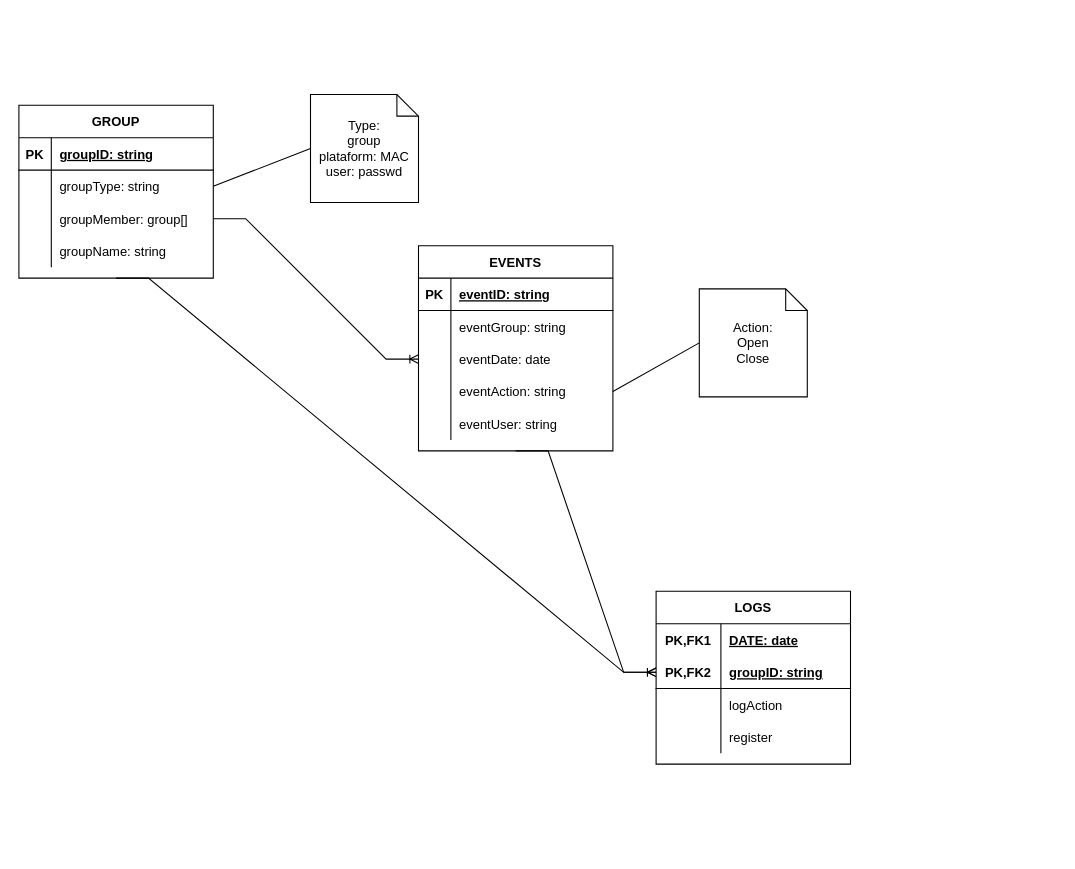
Above: page "Data" (2 of 6) of drawings/esquemasBasicos.drawio in rjnogales/crm.mio (draw.io), before the change. Source tidied: cells renumbered, new cells numbered last; positions are measured from the earlier drawing's top-left corner, leaving out a move shared by most shapes. Both pictures are drawn from the tidied source at 108%, with x=0, y=0 at pixel (18, 94).
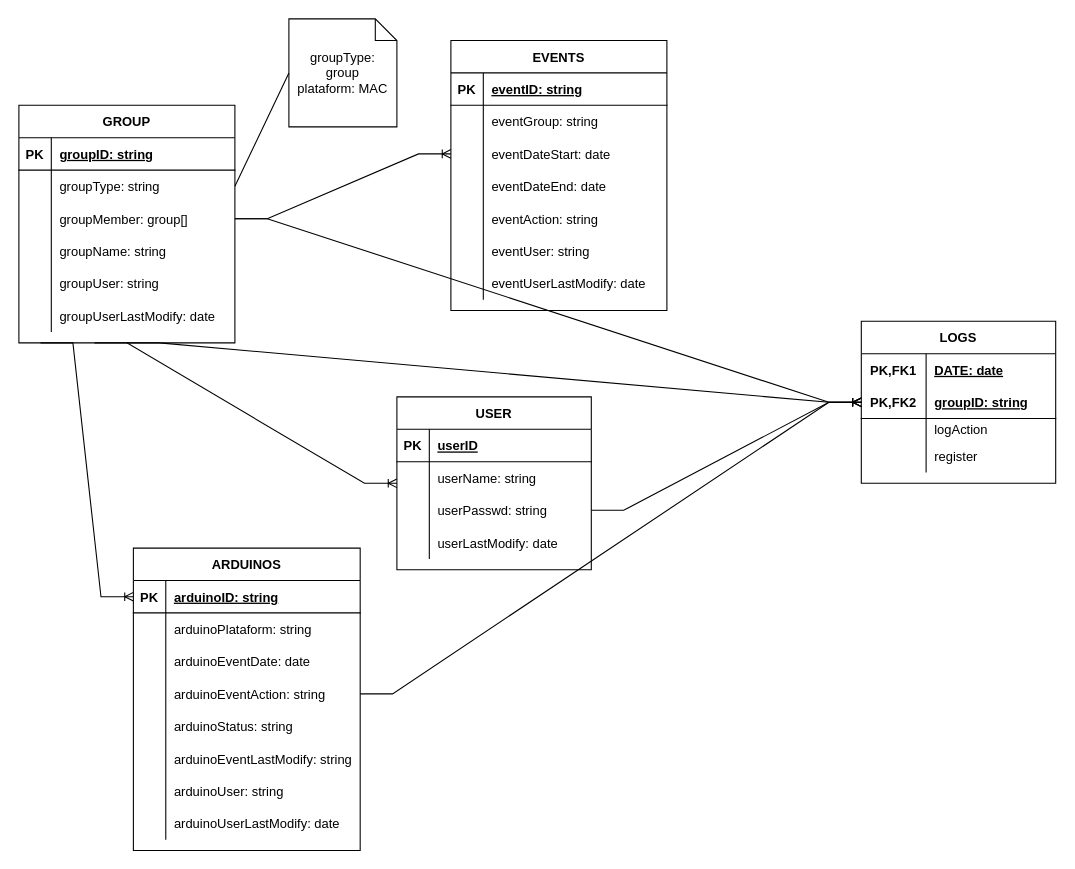
Above is the later version.

The change refers to these unchanged cells:
```xml
<mxCell id="40" style="shape=partialRectangle;fillColor=none;top=0;left=0;bottom=1;right=0;points=[[0,0.5],[1,0.5]];portConstraint=eastwest;" parent="36" vertex="1">
  <mxGeometry y="60" width="180" height="30" as="geometry" />
</mxCell>
```

What changed in the source:
```diff
@@
     <mxCell id="2" value="GROUP" style="shape=table;startSize=30;childLayout=tableLayout;rowLines=0;fontStyle=1;align=center;" parent="1" vertex="1">
-      <mxGeometry y="10" width="180" height="160" as="geometry" />
+      <mxGeometry y="10" width="200" height="220" as="geometry" />
     </mxCell>
     <mxCell id="3" style="shape=partialRectangle;fillColor=none;top=0;left=0;bottom=1;right=0;" parent="2" vertex="1">
-      <mxGeometry y="30" width="180" height="30" as="geometry" />
+      <mxGeometry y="30" width="200" height="30" as="geometry" />
     </mxCell>
@@
     <mxCell id="5" value="groupID: string" style="shape=partialRectangle;fillColor=none;top=0;left=0;bottom=0;right=0;align=left;spacingLeft=6;fontStyle=5;overflow=hidden;" parent="3" vertex="1">
-      <mxGeometry x="30" width="150" height="30" as="geometry" />
+      <mxGeometry x="30" width="170" height="30" as="geometry" />
     </mxCell>
     <mxCell id="6" style="shape=partialRectangle;fillColor=none;top=0;left=0;bottom=0;right=0;points=[[0,0.5],[1,0.5]];portConstraint=eastwest;" parent="2" vertex="1">
-      <mxGeometry y="60" width="180" height="30" as="geometry" />
+      <mxGeometry y="60" width="200" height="30" as="geometry" />
     </mxCell>
@@
     <mxCell id="8" value="groupType: string" style="shape=partialRectangle;fillColor=none;top=0;left=0;bottom=0;right=0;align=left;spacingLeft=6;overflow=hidden;" parent="6" vertex="1">
-      <mxGeometry x="30" width="150" height="30" as="geometry" />
+      <mxGeometry x="30" width="170" height="30" as="geometry" />
     </mxCell>
     <mxCell id="9" style="shape=partialRectangle;fillColor=none;top=0;left=0;bottom=0;right=0;points=[[0,0.5],[1,0.5]];portConstraint=eastwest;" parent="2" vertex="1">
-      <mxGeometry y="90" width="180" height="30" as="geometry" />
+      <mxGeometry y="90" width="200" height="30" as="geometry" />
     </mxCell>
@@
     <mxCell id="11" value="groupMember: group[]" style="shape=partialRectangle;fillColor=none;top=0;left=0;bottom=0;right=0;align=left;spacingLeft=6;overflow=hidden;" parent="9" vertex="1">
-      <mxGeometry x="30" width="150" height="30" as="geometry" />
+      <mxGeometry x="30" width="170" height="30" as="geometry" />
     </mxCell>
     <mxCell id="12" style="shape=partialRectangle;fillColor=none;top=0;left=0;bottom=0;right=0;" parent="2" vertex="1">
-      <mxGeometry y="120" width="180" height="30" as="geometry" />
+      <mxGeometry y="120" width="200" height="30" as="geometry" />
     </mxCell>
@@
     <mxCell id="14" value="groupName: string" style="shape=partialRectangle;fillColor=none;top=0;left=0;bottom=0;right=0;align=left;spacingLeft=6;overflow=hidden;" parent="12" vertex="1">
-      <mxGeometry x="30" width="150" height="30" as="geometry" />
+      <mxGeometry x="30" width="170" height="30" as="geometry" />
     </mxCell>
+    <mxCell id="51" style="shape=partialRectangle;fillColor=none;top=0;left=0;bottom=0;right=0;" parent="2" vertex="1">
+      <mxGeometry y="150" width="200" height="30" as="geometry" />
+    </mxCell>
+    <mxCell id="52" style="shape=partialRectangle;fillColor=none;top=0;left=0;bottom=0;right=0;overflow=hidden;" parent="51" vertex="1">
+      <mxGeometry width="30" height="30" as="geometry" />
+    </mxCell>
+    <mxCell id="53" value="groupUser: string" style="shape=partialRectangle;fillColor=none;top=0;left=0;bottom=0;right=0;align=left;spacingLeft=6;overflow=hidden;" parent="51" vertex="1">
+      <mxGeometry x="30" width="170" height="30" as="geometry" />
+    </mxCell>
+    <mxCell id="54" style="shape=partialRectangle;fillColor=none;top=0;left=0;bottom=0;right=0;" parent="2" vertex="1">
+      <mxGeometry y="180" width="200" height="30" as="geometry" />
+    </mxCell>
+    <mxCell id="55" style="shape=partialRectangle;fillColor=none;top=0;left=0;bottom=0;right=0;overflow=hidden;" parent="54" vertex="1">
+      <mxGeometry width="30" height="30" as="geometry" />
+    </mxCell>
+    <mxCell id="56" value="groupUserLastModify: date" style="shape=partialRectangle;fillColor=none;top=0;left=0;bottom=0;right=0;align=left;spacingLeft=6;overflow=hidden;" parent="54" vertex="1">
+      <mxGeometry x="30" width="170" height="30" as="geometry" />
+    </mxCell>
-    <mxCell id="15" value="Type:&lt;br&gt;group&lt;br&gt;plataform: MAC&lt;br&gt;user: passwd" style="shape=note;size=20;whiteSpace=wrap;html=1;" parent="1" vertex="1">
-      <mxGeometry x="270" width="100" height="100" as="geometry" />
+    <mxCell id="15" value="groupType:&lt;br&gt;group&lt;br&gt;plataform: MAC" style="shape=note;size=20;whiteSpace=wrap;html=1;" parent="1" vertex="1">
+      <mxGeometry x="250" y="-70" width="100" height="100" as="geometry" />
     </mxCell>
@@
     <mxCell id="17" value="EVENTS" style="shape=table;startSize=30;childLayout=tableLayout;rowLines=0;fontStyle=1;align=center;" parent="1" vertex="1">
-      <mxGeometry x="370" y="140" width="180" height="190" as="geometry" />
+      <mxGeometry x="400" y="-50" width="200" height="250" as="geometry" />
     </mxCell>
     <mxCell id="18" style="shape=partialRectangle;fillColor=none;top=0;left=0;bottom=1;right=0;" parent="17" vertex="1">
-      <mxGeometry y="30" width="180" height="30" as="geometry" />
+      <mxGeometry y="30" width="200" height="30" as="geometry" />
     </mxCell>
@@
     <mxCell id="20" value="eventID: string" style="shape=partialRectangle;fillColor=none;top=0;left=0;bottom=0;right=0;align=left;spacingLeft=6;fontStyle=5;overflow=hidden;" parent="18" vertex="1">
-      <mxGeometry x="30" width="150" height="30" as="geometry" />
+      <mxGeometry x="30" width="170" height="30" as="geometry" />
     </mxCell>
     <mxCell id="21" style="shape=partialRectangle;fillColor=none;top=0;left=0;bottom=0;right=0;" parent="17" vertex="1">
-      <mxGeometry y="60" width="180" height="30" as="geometry" />
+      <mxGeometry y="60" width="200" height="30" as="geometry" />
     </mxCell>
@@
     <mxCell id="23" value="eventGroup: string" style="shape=partialRectangle;fillColor=none;top=0;left=0;bottom=0;right=0;align=left;spacingLeft=6;overflow=hidden;" parent="21" vertex="1">
-      <mxGeometry x="30" width="150" height="30" as="geometry" />
+      <mxGeometry x="30" width="170" height="30" as="geometry" />
     </mxCell>
     <mxCell id="24" style="shape=partialRectangle;fillColor=none;top=0;left=0;bottom=0;right=0;points=[[0,0.5],[1,0.5]];portConstraint=eastwest;" parent="17" vertex="1">
-      <mxGeometry y="90" width="180" height="30" as="geometry" />
+      <mxGeometry y="90" width="200" height="30" as="geometry" />
     </mxCell>
@@
-    <mxCell id="26" value="eventDate: date" style="shape=partialRectangle;fillColor=none;top=0;left=0;bottom=0;right=0;align=left;spacingLeft=6;overflow=hidden;" parent="24" vertex="1">
-      <mxGeometry x="30" width="150" height="30" as="geometry" />
+    <mxCell id="26" value="eventDateStart: date" style="shape=partialRectangle;fillColor=none;top=0;left=0;bottom=0;right=0;align=left;spacingLeft=6;overflow=hidden;" parent="24" vertex="1">
+      <mxGeometry x="30" width="170" height="30" as="geometry" />
     </mxCell>
+    <mxCell id="57" style="shape=partialRectangle;fillColor=none;top=0;left=0;bottom=0;right=0;" parent="17" vertex="1">
+      <mxGeometry y="120" width="200" height="30" as="geometry" />
+    </mxCell>
+    <mxCell id="58" style="shape=partialRectangle;fillColor=none;top=0;left=0;bottom=0;right=0;overflow=hidden;" parent="57" vertex="1">
+      <mxGeometry width="30" height="30" as="geometry" />
+    </mxCell>
+    <mxCell id="59" value="eventDateEnd: date" style="shape=partialRectangle;fillColor=none;top=0;left=0;bottom=0;right=0;align=left;spacingLeft=6;overflow=hidden;" parent="57" vertex="1">
+      <mxGeometry x="30" width="170" height="30" as="geometry" />
+    </mxCell>
     <mxCell id="27" style="shape=partialRectangle;fillColor=none;top=0;left=0;bottom=0;right=0;points=[[0,0.5],[1,0.5]];portConstraint=eastwest;" parent="17" vertex="1">
-      <mxGeometry y="120" width="180" height="30" as="geometry" />
+      <mxGeometry y="150" width="200" height="30" as="geometry" />
     </mxCell>
@@
     <mxCell id="29" value="eventAction: string" style="shape=partialRectangle;fillColor=none;top=0;left=0;bottom=0;right=0;align=left;spacingLeft=6;overflow=hidden;" parent="27" vertex="1">
-      <mxGeometry x="30" width="150" height="30" as="geometry" />
+      <mxGeometry x="30" width="170" height="30" as="geometry" />
     </mxCell>
     <mxCell id="30" style="shape=partialRectangle;fillColor=none;top=0;left=0;bottom=0;right=0;" parent="17" vertex="1">
-      <mxGeometry y="150" width="180" height="30" as="geometry" />
+      <mxGeometry y="180" width="200" height="30" as="geometry" />
     </mxCell>
@@
     <mxCell id="32" value="eventUser: string" style="shape=partialRectangle;fillColor=none;top=0;left=0;bottom=0;right=0;align=left;spacingLeft=6;overflow=hidden;" parent="30" vertex="1">
-      <mxGeometry x="30" width="150" height="30" as="geometry" />
+      <mxGeometry x="30" width="170" height="30" as="geometry" />
     </mxCell>
-    <mxCell id="33" value="Action:&lt;br&gt;Open&lt;br&gt;Close" style="shape=note;size=20;whiteSpace=wrap;html=1;" parent="1" vertex="1">
-      <mxGeometry x="630" y="180" width="100" height="100" as="geometry" />
-    </mxCell>
-    <mxCell id="34" style="endArrow=none;html=1;rounded=0;exitX=1;exitY=0.5;exitDx=0;exitDy=0;entryX=0;entryY=0.5;entryDx=0;entryDy=0;entryPerimeter=0;" parent="1" edge="1" source="27" target="33">
-      <mxGeometry relative="1" as="geometry" />
-    </mxCell>
+    <mxCell id="60" style="shape=partialRectangle;fillColor=none;top=0;left=0;bottom=0;right=0;" parent="17" vertex="1">
+      <mxGeometry y="210" width="200" height="30" as="geometry" />
+    </mxCell>
+    <mxCell id="61" style="shape=partialRectangle;fillColor=none;top=0;left=0;bottom=0;right=0;overflow=hidden;" parent="60" vertex="1">
+      <mxGeometry width="30" height="30" as="geometry" />
+    </mxCell>
+    <mxCell id="62" value="eventUserLastModify: date" style="shape=partialRectangle;fillColor=none;top=0;left=0;bottom=0;right=0;align=left;spacingLeft=6;overflow=hidden;" parent="60" vertex="1">
+      <mxGeometry x="30" width="170" height="30" as="geometry" />
+    </mxCell>
@@
     <mxCell id="36" value="LOGS" style="shape=table;startSize=30;childLayout=tableLayout;rowLines=0;fontStyle=1;align=center;" parent="1" vertex="1">
-      <mxGeometry x="590" y="460" width="180" height="160" as="geometry" />
+      <mxGeometry x="780" y="210" width="180" height="150" as="geometry" />
     </mxCell>
@@
     <mxCell id="43" style="shape=partialRectangle;fillColor=none;top=0;left=0;bottom=0;right=0;" parent="36" vertex="1">
-      <mxGeometry y="90" width="180" height="30" as="geometry" />
+      <mxGeometry y="90" width="180" height="20" as="geometry" />
     </mxCell>
     <mxCell id="44" style="shape=partialRectangle;fillColor=none;top=0;left=0;bottom=0;right=0;overflow=hidden;" parent="43" vertex="1">
-      <mxGeometry width="60" height="30" as="geometry" />
+      <mxGeometry width="60" height="20" as="geometry" />
     </mxCell>
     <mxCell id="45" value="logAction" style="shape=partialRectangle;fillColor=none;top=0;left=0;bottom=0;right=0;align=left;spacingLeft=6;overflow=hidden;" parent="43" vertex="1">
-      <mxGeometry x="60" width="120" height="30" as="geometry" />
+      <mxGeometry x="60" width="120" height="20" as="geometry" />
     </mxCell>
     <mxCell id="46" style="shape=partialRectangle;fillColor=none;top=0;left=0;bottom=0;right=0;" parent="36" vertex="1">
-      <mxGeometry y="120" width="180" height="30" as="geometry" />
+      <mxGeometry y="110" width="180" height="30" as="geometry" />
     </mxCell>
@@
-    <mxCell id="50" style="edgeStyle=entityRelationEdgeStyle;fontSize=12;html=1;endArrow=ERoneToMany;rounded=0;exitX=0.5;exitY=1;exitDx=0;exitDy=0;entryX=0;entryY=0.5;entryDx=0;entryDy=0;" parent="1" edge="1" source="17" target="40">
-      <mxGeometry relative="1" as="geometry" />
-    </mxCell>
+    <mxCell id="63" value="ARDUINOS" style="shape=table;startSize=30;childLayout=tableLayout;rowLines=0;fontStyle=1;align=center;" parent="1" vertex="1">
+      <mxGeometry x="106" y="420" width="210" height="280" as="geometry" />
+    </mxCell>
+    <mxCell id="64" style="shape=tableRow;horizontal=0;startSize=0;swimlaneHead=0;swimlaneBody=0;fillColor=none;points=[[0,0.5],[1,0.5]];portConstraint=eastwest;top=0;left=0;right=0;bottom=1;" parent="63" vertex="1">
+      <mxGeometry y="30" width="210" height="30" as="geometry" />
+    </mxCell>
+    <mxCell id="65" value="PK" style="shape=partialRectangle;fillColor=none;top=0;left=0;bottom=0;right=0;fontStyle=1;overflow=hidden;" parent="64" vertex="1">
+      <mxGeometry width="30" height="30" as="geometry" />
+    </mxCell>
+    <mxCell id="66" value="arduinoID: string" style="shape=partialRectangle;fillColor=none;top=0;left=0;bottom=0;right=0;align=left;spacingLeft=6;fontStyle=5;overflow=hidden;" parent="64" vertex="1">
+      <mxGeometry x="30" width="180" height="30" as="geometry" />
+    </mxCell>
+    <mxCell id="67" style="shape=tableRow;horizontal=0;startSize=0;swimlaneHead=0;swimlaneBody=0;fillColor=none;top=0;left=0;right=0;bottom=0;" parent="63" vertex="1">
+      <mxGeometry y="60" width="210" height="30" as="geometry" />
+    </mxCell>
+    <mxCell id="68" style="shape=partialRectangle;fillColor=none;top=0;left=0;bottom=0;right=0;overflow=hidden;" parent="67" vertex="1">
+      <mxGeometry width="30" height="30" as="geometry" />
+    </mxCell>
+    <mxCell id="69" value="arduinoPlataform: string" style="shape=partialRectangle;fillColor=none;top=0;left=0;bottom=0;right=0;align=left;spacingLeft=6;overflow=hidden;" parent="67" vertex="1">
+      <mxGeometry x="30" width="180" height="30" as="geometry" />
+    </mxCell>
+    <mxCell id="70" style="shape=tableRow;horizontal=0;startSize=0;swimlaneHead=0;swimlaneBody=0;fillColor=none;top=0;left=0;right=0;bottom=0;" parent="63" vertex="1">
+      <mxGeometry y="90" width="210" height="30" as="geometry" />
+    </mxCell>
+    <mxCell id="71" style="shape=partialRectangle;fillColor=none;top=0;left=0;bottom=0;right=0;overflow=hidden;" parent="70" vertex="1">
+      <mxGeometry width="30" height="30" as="geometry" />
+    </mxCell>
+    <mxCell id="72" value="arduinoEventDate: date" style="shape=partialRectangle;fillColor=none;top=0;left=0;bottom=0;right=0;align=left;spacingLeft=6;overflow=hidden;" parent="70" vertex="1">
+      <mxGeometry x="30" width="180" height="30" as="geometry" />
+    </mxCell>
+    <mxCell id="73" style="shape=tableRow;horizontal=0;startSize=0;swimlaneHead=0;swimlaneBody=0;fillColor=none;points=[[0,0.5],[1,0.5]];portConstraint=eastwest;top=0;left=0;right=0;bottom=0;" parent="63" vertex="1">
+      <mxGeometry y="120" width="210" height="30" as="geometry" />
+    </mxCell>
+    <mxCell id="74" style="shape=partialRectangle;fillColor=none;top=0;left=0;bottom=0;right=0;overflow=hidden;" parent="73" vertex="1">
+      <mxGeometry width="30" height="30" as="geometry" />
+    </mxCell>
+    <mxCell id="75" value="arduinoEventAction: string" style="shape=partialRectangle;fillColor=none;top=0;left=0;bottom=0;right=0;align=left;spacingLeft=6;overflow=hidden;" parent="73" vertex="1">
+      <mxGeometry x="30" width="180" height="30" as="geometry" />
+    </mxCell>
+    <mxCell id="76" style="shape=tableRow;horizontal=0;startSize=0;swimlaneHead=0;swimlaneBody=0;fillColor=none;top=0;left=0;right=0;bottom=0;" parent="63" vertex="1">
+      <mxGeometry y="150" width="210" height="30" as="geometry" />
+    </mxCell>
+    <mxCell id="77" style="shape=partialRectangle;fillColor=none;top=0;left=0;bottom=0;right=0;overflow=hidden;" parent="76" vertex="1">
+      <mxGeometry width="30" height="30" as="geometry" />
+    </mxCell>
+    <mxCell id="78" value="arduinoStatus: string" style="shape=partialRectangle;fillColor=none;top=0;left=0;bottom=0;right=0;align=left;spacingLeft=6;overflow=hidden;" parent="76" vertex="1">
+      <mxGeometry x="30" width="180" height="30" as="geometry" />
+    </mxCell>
+    <mxCell id="79" style="shape=tableRow;horizontal=0;startSize=0;swimlaneHead=0;swimlaneBody=0;fillColor=none;top=0;left=0;right=0;bottom=0;" parent="63" vertex="1">
+      <mxGeometry y="180" width="210" height="30" as="geometry" />
+    </mxCell>
+    <mxCell id="80" style="shape=partialRectangle;fillColor=none;top=0;left=0;bottom=0;right=0;overflow=hidden;" parent="79" vertex="1">
+      <mxGeometry width="30" height="30" as="geometry" />
+    </mxCell>
+    <mxCell id="81" value="arduinoEventLastModify: string" style="shape=partialRectangle;fillColor=none;top=0;left=0;bottom=0;right=0;align=left;spacingLeft=6;overflow=hidden;" parent="79" vertex="1">
+      <mxGeometry x="30" width="180" height="30" as="geometry" />
+    </mxCell>
+    <mxCell id="82" style="shape=tableRow;horizontal=0;startSize=0;swimlaneHead=0;swimlaneBody=0;fillColor=none;top=0;left=0;right=0;bottom=0;" parent="63" vertex="1">
+      <mxGeometry y="210" width="210" height="30" as="geometry" />
+    </mxCell>
+    <mxCell id="83" style="shape=partialRectangle;fillColor=none;top=0;left=0;bottom=0;right=0;overflow=hidden;" parent="82" vertex="1">
+      <mxGeometry width="30" height="30" as="geometry" />
+    </mxCell>
+    <mxCell id="84" value="arduinoUser: string" style="shape=partialRectangle;fillColor=none;top=0;left=0;bottom=0;right=0;align=left;spacingLeft=6;overflow=hidden;" parent="82" vertex="1">
+      <mxGeometry x="30" width="180" height="30" as="geometry" />
+    </mxCell>
+    <mxCell id="85" style="shape=tableRow;horizontal=0;startSize=0;swimlaneHead=0;swimlaneBody=0;fillColor=none;top=0;left=0;right=0;bottom=0;" parent="63" vertex="1">
+      <mxGeometry y="240" width="210" height="30" as="geometry" />
+    </mxCell>
+    <mxCell id="86" style="shape=partialRectangle;fillColor=none;top=0;left=0;bottom=0;right=0;overflow=hidden;" parent="85" vertex="1">
+      <mxGeometry width="30" height="30" as="geometry" />
+    </mxCell>
+    <mxCell id="87" value="arduinoUserLastModify: date" style="shape=partialRectangle;fillColor=none;top=0;left=0;bottom=0;right=0;align=left;spacingLeft=6;overflow=hidden;" parent="85" vertex="1">
+      <mxGeometry x="30" width="180" height="30" as="geometry" />
+    </mxCell>
+    <mxCell id="88" value="USER" style="shape=table;startSize=30;childLayout=tableLayout;rowLines=0;fontStyle=1;align=center;" parent="1" vertex="1">
+      <mxGeometry x="350" y="280" width="180" height="160" as="geometry" />
+    </mxCell>
+    <mxCell id="89" style="shape=tableRow;horizontal=0;startSize=0;swimlaneHead=0;swimlaneBody=0;fillColor=none;top=0;left=0;right=0;bottom=1;" parent="88" vertex="1">
+      <mxGeometry y="30" width="180" height="30" as="geometry" />
+    </mxCell>
+    <mxCell id="90" value="PK" style="shape=partialRectangle;fillColor=none;top=0;left=0;bottom=0;right=0;fontStyle=1;overflow=hidden;" parent="89" vertex="1">
+      <mxGeometry width="30" height="30" as="geometry" />
+    </mxCell>
+    <mxCell id="91" value="userID" style="shape=partialRectangle;fillColor=none;top=0;left=0;bottom=0;right=0;align=left;spacingLeft=6;fontStyle=5;overflow=hidden;" parent="89" vertex="1">
+      <mxGeometry x="30" width="150" height="30" as="geometry" />
+    </mxCell>
+    <mxCell id="92" style="shape=tableRow;horizontal=0;startSize=0;swimlaneHead=0;swimlaneBody=0;fillColor=none;top=0;left=0;right=0;bottom=0;" parent="88" vertex="1">
+      <mxGeometry y="60" width="180" height="30" as="geometry" />
+    </mxCell>
+    <mxCell id="93" style="shape=partialRectangle;fillColor=none;top=0;left=0;bottom=0;right=0;overflow=hidden;" parent="92" vertex="1">
+      <mxGeometry width="30" height="30" as="geometry" />
+    </mxCell>
+    <mxCell id="94" value="userName: string" style="shape=partialRectangle;fillColor=none;top=0;left=0;bottom=0;right=0;align=left;spacingLeft=6;overflow=hidden;" parent="92" vertex="1">
+      <mxGeometry x="30" width="150" height="30" as="geometry" />
+    </mxCell>
+    <mxCell id="95" style="shape=tableRow;horizontal=0;startSize=0;swimlaneHead=0;swimlaneBody=0;fillColor=none;points=[[0,0.5],[1,0.5]];portConstraint=eastwest;top=0;left=0;right=0;bottom=0;" parent="88" vertex="1">
+      <mxGeometry y="90" width="180" height="30" as="geometry" />
+    </mxCell>
+    <mxCell id="96" style="shape=partialRectangle;fillColor=none;top=0;left=0;bottom=0;right=0;overflow=hidden;" parent="95" vertex="1">
+      <mxGeometry width="30" height="30" as="geometry" />
+    </mxCell>
+    <mxCell id="97" value="userPasswd: string" style="shape=partialRectangle;fillColor=none;top=0;left=0;bottom=0;right=0;align=left;spacingLeft=6;overflow=hidden;" parent="95" vertex="1">
+      <mxGeometry x="30" width="150" height="30" as="geometry" />
+    </mxCell>
+    <mxCell id="98" style="shape=tableRow;horizontal=0;startSize=0;swimlaneHead=0;swimlaneBody=0;fillColor=none;top=0;left=0;right=0;bottom=0;" parent="88" vertex="1">
+      <mxGeometry y="120" width="180" height="30" as="geometry" />
+    </mxCell>
+    <mxCell id="99" style="shape=partialRectangle;fillColor=none;top=0;left=0;bottom=0;right=0;overflow=hidden;" parent="98" vertex="1">
+      <mxGeometry width="30" height="30" as="geometry" />
+    </mxCell>
+    <mxCell id="100" value="userLastModify: date" style="shape=partialRectangle;fillColor=none;top=0;left=0;bottom=0;right=0;align=left;spacingLeft=6;overflow=hidden;" parent="98" vertex="1">
+      <mxGeometry x="30" width="150" height="30" as="geometry" />
+    </mxCell>
+    <mxCell id="101" style="edgeStyle=entityRelationEdgeStyle;fontSize=12;html=1;endArrow=ERoneToMany;rounded=0;entryX=0;entryY=0.5;entryDx=0;entryDy=0;" parent="1" edge="1" target="64">
+      <mxGeometry relative="1" as="geometry">
+        <mxPoint x="20" y="230" as="sourcePoint" />
+      </mxGeometry>
+    </mxCell>
+    <mxCell id="102" style="edgeStyle=entityRelationEdgeStyle;fontSize=12;html=1;endArrow=ERoneToMany;rounded=0;" parent="1" edge="1" target="88">
+      <mxGeometry relative="1" as="geometry">
+        <mxPoint x="70" y="230" as="sourcePoint" />
+      </mxGeometry>
+    </mxCell>
+    <mxCell id="103" style="edgeStyle=entityRelationEdgeStyle;fontSize=12;html=1;endArrow=ERoneToMany;rounded=0;entryX=0;entryY=0.5;entryDx=0;entryDy=0;" parent="1" edge="1" source="9" target="40">
+      <mxGeometry relative="1" as="geometry" />
+    </mxCell>
+    <mxCell id="104" style="edgeStyle=entityRelationEdgeStyle;fontSize=12;html=1;endArrow=ERoneToMany;rounded=0;exitX=1;exitY=0.5;exitDx=0;exitDy=0;entryX=0;entryY=0.5;entryDx=0;entryDy=0;" parent="1" edge="1" source="73" target="40">
+      <mxGeometry relative="1" as="geometry" />
+    </mxCell>
+    <mxCell id="105" style="edgeStyle=entityRelationEdgeStyle;fontSize=12;html=1;endArrow=ERoneToMany;rounded=0;entryX=0;entryY=0.5;entryDx=0;entryDy=0;exitX=1;exitY=0.5;exitDx=0;exitDy=0;" parent="1" edge="1" source="95" target="40">
+      <mxGeometry relative="1" as="geometry" />
+    </mxCell>
```
